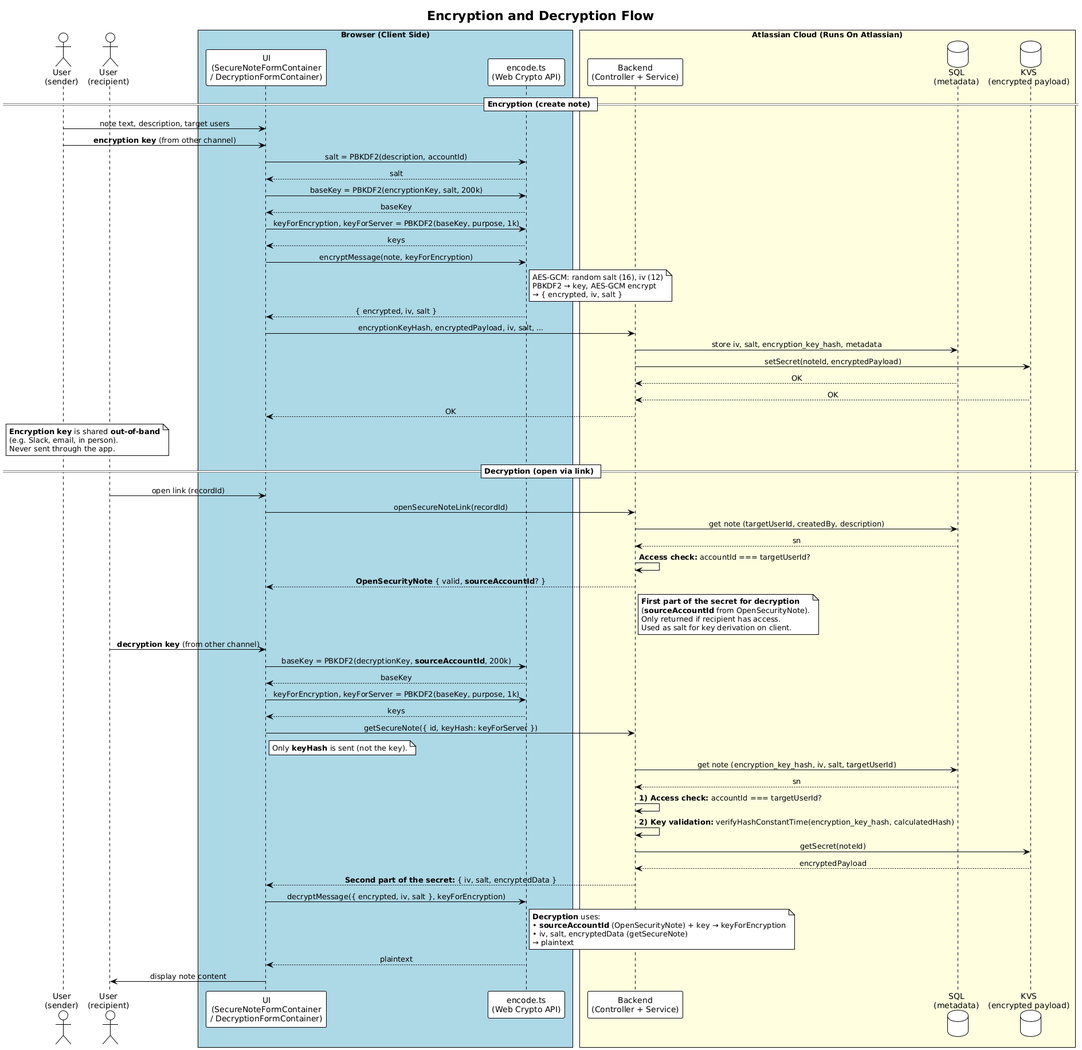
vzakharchenko/Forge-Secure-Notes-for-Jira keeps this PlantUML diagram as uml/Encryption-Decryption-Flow.png. Above is the earlier version. Source of this version:
```plantuml
@startuml
!theme plain
title Encryption and Decryption Flow

skinparam sequenceMessageAlign center
skinparam responseMessageBelowArrow true

actor "User\n(sender)" as sender
actor "User\n(recipient)" as recipient
box "Browser (Client Side)" #LightBlue
  participant "UI\n(SecureNoteFormContainer\n/ DecryptionFormContainer)" as form
  participant "encode.ts\n(Web Crypto API)" as encode
end box
box "Atlassian Cloud (Runs On Atlassian)" #LightYellow
  participant "Backend\n(Controller + Service)" as backend
  database "SQL\n(metadata)" as sql
  database "KVS\n(encrypted payload)" as kvs
end box

== Encryption (create note) ==
sender -> form: note text, description, target users
sender -> form: **encryption key** (from other channel)
form -> encode: salt = PBKDF2(description, accountId)
encode --> form: salt
form -> encode: baseKey = PBKDF2(encryptionKey, salt, 200k)
encode --> form: baseKey
form -> encode: keyForEncryption, keyForServer = PBKDF2(baseKey, purpose, 1k)
encode --> form: keys
form -> encode: encryptMessage(note, keyForEncryption)
note right of encode
  AES-GCM: random salt (16), iv (12)
  PBKDF2 → key, AES-GCM encrypt
  → { encrypted, iv, salt }
end note
encode --> form: { encrypted, iv, salt }
form -> backend: encryptionKeyHash, encryptedPayload, iv, salt, ...
backend -> sql: store iv, salt, encryption_key_hash, metadata
backend -> kvs: setSecret(noteId, encryptedPayload)
sql --> backend: OK
kvs --> backend: OK
backend --> form: OK

note over sender, recipient
  **Encryption key** is shared **out-of-band**
  (e.g. Slack, email, in person).
  Never sent through the app.
end note

== Decryption (open via link) ==
recipient -> form: open link (recordId)
form -> backend: openSecureNoteLink(recordId)
backend -> sql: get note (targetUserId, createdBy, description)
sql --> backend: sn
backend -> backend: **Access check:** accountId === targetUserId?
backend --> form: **OpenSecurityNote** { valid, **sourceAccountId**? }
note right of backend
  **First part of the secret for decryption**
  (**sourceAccountId** from OpenSecurityNote).
  Only returned if recipient has access.
  Used as salt for key derivation on client.
end note

recipient -> form: **decryption key** (from other channel)
form -> encode: baseKey = PBKDF2(decryptionKey, **sourceAccountId**, 200k)
encode --> form: baseKey
form -> encode: keyForEncryption, keyForServer = PBKDF2(baseKey, purpose, 1k)
encode --> form: keys

form -> backend: getSecureNote({ id, keyHash: keyForServer })
note right of form
  Only **keyHash** is sent (not the key).
end note
backend -> sql: get note (encryption_key_hash, iv, salt, targetUserId)
sql --> backend: sn
backend -> backend: **1) Access check:** accountId === targetUserId?
backend -> backend: **2) Key validation:** verifyHashConstantTime(encryption_key_hash, calculatedHash)
backend -> kvs: getSecret(noteId)
kvs --> backend: encryptedPayload
backend --> form: **Second part of the secret:** { iv, salt, encryptedData }

form -> encode: decryptMessage({ encrypted, iv, salt }, keyForEncryption)
note right of encode
  **Decryption** uses:
  • **sourceAccountId** (OpenSecurityNote) + key → keyForEncryption
  • iv, salt, encryptedData (getSecureNote)
  → plaintext
end note
encode --> form: plaintext
form -> recipient: display note content
@enduml
```
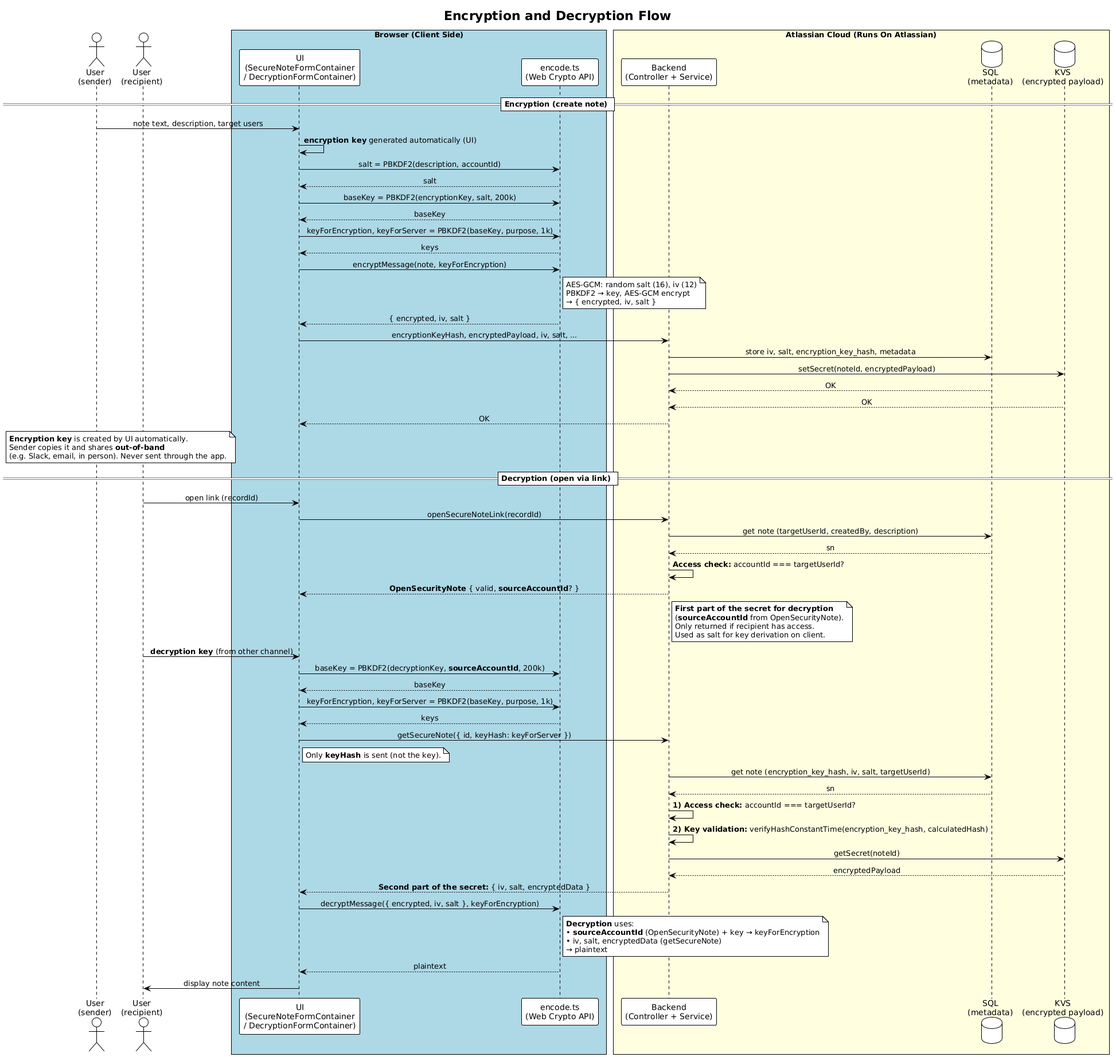
Above is the later version.

Commit message:
fixed architecture flow

The edit, as a diff of the source:
```diff
@@ -19,7 +19,7 @@
 
 == Encryption (create note) ==
 sender -> form: note text, description, target users
-sender -> form: **encryption key** (from other channel)
+form -> form: **encryption key** generated automatically (UI)
 form -> encode: salt = PBKDF2(description, accountId)
 encode --> form: salt
 form -> encode: baseKey = PBKDF2(encryptionKey, salt, 200k)
@@ -41,9 +41,9 @@
 backend --> form: OK
 
 note over sender, recipient
-  **Encryption key** is shared **out-of-band**
-  (e.g. Slack, email, in person).
-  Never sent through the app.
+  **Encryption key** is created by UI automatically.
+  Sender copies it and shares **out-of-band**
+  (e.g. Slack, email, in person). Never sent through the app.
 end note
 
 == Decryption (open via link) ==
```
